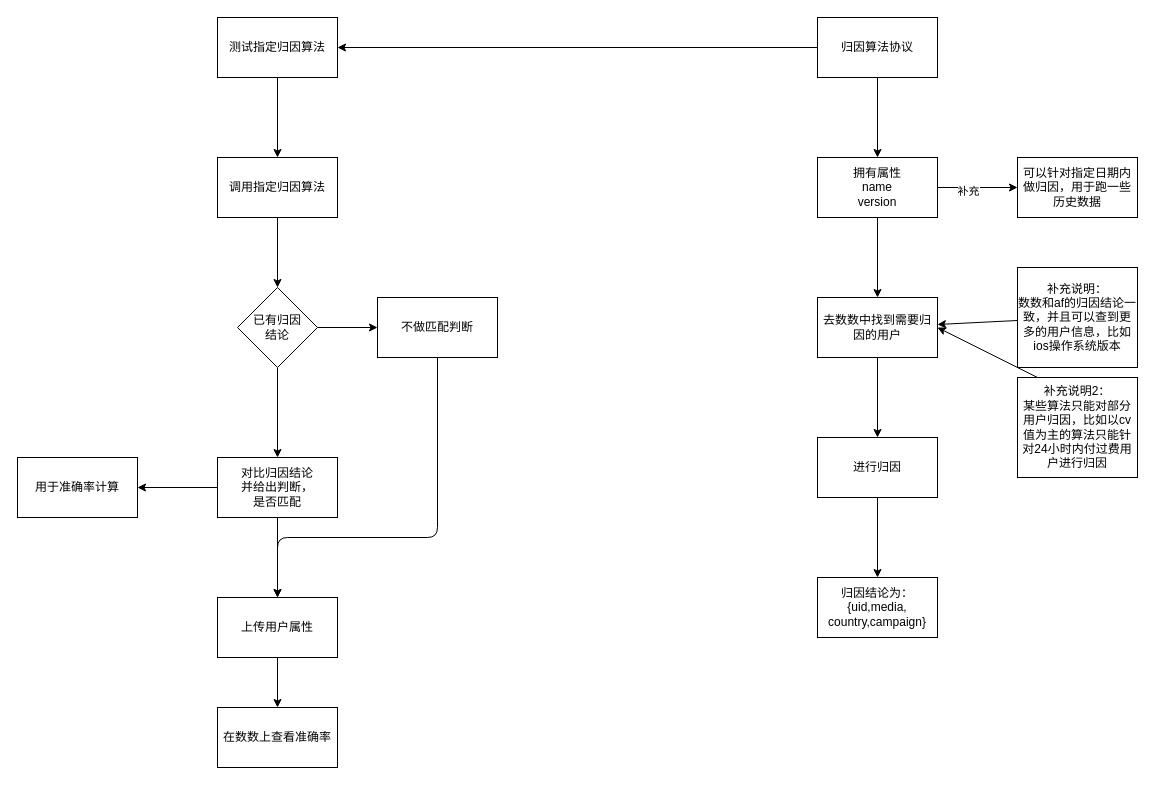
The draw.io diagram dio/test.dio in u03013112/ios_-attribution, before the edit. Source tidied: cells renumbered, new cells numbered last; positions are measured from the earlier drawing's top-left corner, leaving out a move shared by most shapes. Both pictures are drawn from the tidied source at 100%, with x=0, y=0 at pixel (17, 17).
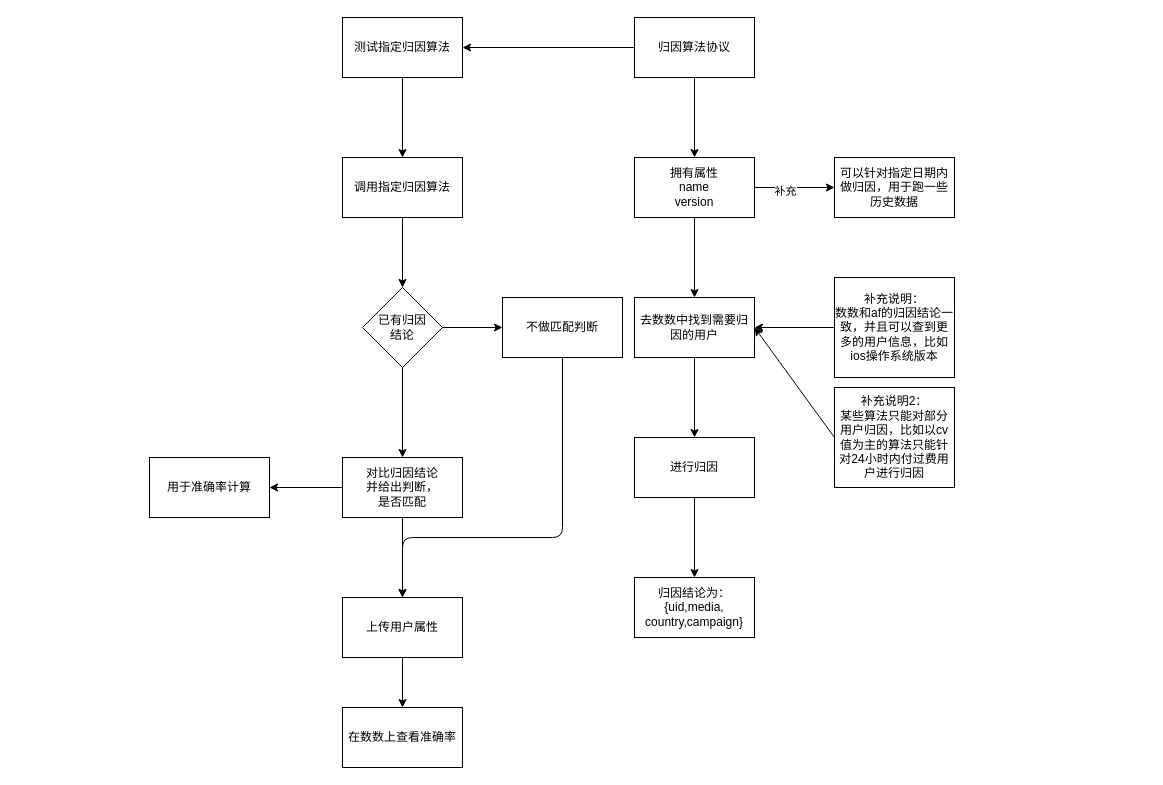
After the change.

The edit, as a diff of the source:
```diff
@@
     <mxCell id="3" value="测试指定归因算法" style="rounded=0;whiteSpace=wrap;html=1;" parent="1" vertex="1">
-      <mxGeometry x="200" width="120" height="60" as="geometry" />
+      <mxGeometry x="325" width="120" height="60" as="geometry" />
     </mxCell>
@@
     <mxCell id="6" value="归因算法协议" style="rounded=0;whiteSpace=wrap;html=1;" parent="1" vertex="1">
-      <mxGeometry x="800" width="120" height="60" as="geometry" />
+      <mxGeometry x="617" width="120" height="60" as="geometry" />
     </mxCell>
@@
     <mxCell id="10" value="拥有属性&lt;br&gt;name&lt;br&gt;version" style="whiteSpace=wrap;html=1;rounded=0;" parent="1" vertex="1">
-      <mxGeometry x="800" y="140" width="120" height="60" as="geometry" />
+      <mxGeometry x="617" y="140" width="120" height="60" as="geometry" />
     </mxCell>
@@
     <mxCell id="12" value="去数数中找到需要归因的用户" style="whiteSpace=wrap;html=1;rounded=0;" parent="1" vertex="1">
-      <mxGeometry x="800" y="280" width="120" height="60" as="geometry" />
+      <mxGeometry x="617" y="280" width="120" height="60" as="geometry" />
     </mxCell>
@@
     <mxCell id="14" value="补充说明：&lt;br&gt;数数和af的归因结论一致，并且可以查到更多的用户信息，比如ios操作系统版本" style="rounded=0;whiteSpace=wrap;html=1;" parent="1" vertex="1">
-      <mxGeometry x="1000" y="250" width="120" height="100" as="geometry" />
+      <mxGeometry x="817" y="260" width="120" height="100" as="geometry" />
     </mxCell>
-    <mxCell id="15" style="edgeStyle=none;html=1;exitX=1;exitY=0.5;exitDx=0;exitDy=0;" parent="1" edge="1" source="16">
+    <mxCell id="15" style="edgeStyle=none;html=1;exitX=0;exitY=0.5;exitDx=0;exitDy=0;" parent="1" edge="1" source="16">
       <mxGeometry relative="1" as="geometry">
-        <mxPoint x="920" y="310" as="targetPoint" />
+        <mxPoint x="737" y="310" as="targetPoint" />
       </mxGeometry>
     </mxCell>
     <mxCell id="16" value="补充说明2：&lt;br&gt;某些算法只能对部分用户归因，比如以cv值为主的算法只能针对24小时内付过费用户进行归因" style="rounded=0;whiteSpace=wrap;html=1;" parent="1" vertex="1">
-      <mxGeometry x="1000" y="360" width="120" height="100" as="geometry" />
+      <mxGeometry x="817" y="370" width="120" height="100" as="geometry" />
     </mxCell>
@@
     <mxCell id="18" value="进行归因" style="whiteSpace=wrap;html=1;rounded=0;" parent="1" vertex="1">
-      <mxGeometry x="800" y="420" width="120" height="60" as="geometry" />
+      <mxGeometry x="617" y="420" width="120" height="60" as="geometry" />
     </mxCell>
     <mxCell id="19" value="归因结论为：&lt;br&gt;{uid,media,&lt;br&gt;country,campaign}" style="whiteSpace=wrap;html=1;rounded=0;" parent="1" vertex="1">
-      <mxGeometry x="800" y="560" width="120" height="60" as="geometry" />
+      <mxGeometry x="617" y="560" width="120" height="60" as="geometry" />
     </mxCell>
@@
     <mxCell id="21" value="调用指定归因算法" style="whiteSpace=wrap;html=1;rounded=0;" parent="1" vertex="1">
-      <mxGeometry x="200" y="140" width="120" height="60" as="geometry" />
+      <mxGeometry x="325" y="140" width="120" height="60" as="geometry" />
     </mxCell>
     <mxCell id="22" value="可以针对指定日期内&lt;br&gt;做归因，用于跑一些历史数据" style="whiteSpace=wrap;html=1;rounded=0;" parent="1" vertex="1">
-      <mxGeometry x="1000" y="140" width="120" height="60" as="geometry" />
+      <mxGeometry x="817" y="140" width="120" height="60" as="geometry" />
     </mxCell>
@@
     <mxCell id="25" value="已有归因&lt;br&gt;结论" style="rhombus;whiteSpace=wrap;html=1;rounded=0;" parent="1" vertex="1">
-      <mxGeometry x="220" y="270" width="80" height="80" as="geometry" />
+      <mxGeometry x="345" y="270" width="80" height="80" as="geometry" />
     </mxCell>
@@
     <mxCell id="28" value="对比归因结论&lt;br&gt;并给出判断，&lt;br&gt;是否匹配" style="whiteSpace=wrap;html=1;rounded=0;" parent="1" vertex="1">
-      <mxGeometry x="200" y="440" width="120" height="60" as="geometry" />
+      <mxGeometry x="325" y="440" width="120" height="60" as="geometry" />
     </mxCell>
     <mxCell id="29" style="edgeStyle=orthogonalEdgeStyle;html=1;exitX=0.5;exitY=1;exitDx=0;exitDy=0;entryX=0.5;entryY=0;entryDx=0;entryDy=0;" parent="1" edge="1" source="30" target="33">
       <mxGeometry relative="1" as="geometry">
         <Array as="points">
-          <mxPoint x="420" y="520" />
-          <mxPoint x="260" y="520" />
+          <mxPoint x="545" y="520" />
+          <mxPoint x="385" y="520" />
         </Array>
       </mxGeometry>
     </mxCell>
     <mxCell id="30" value="不做匹配判断" style="whiteSpace=wrap;html=1;rounded=0;" parent="1" vertex="1">
-      <mxGeometry x="360" y="280" width="120" height="60" as="geometry" />
+      <mxGeometry x="485" y="280" width="120" height="60" as="geometry" />
     </mxCell>
     <mxCell id="31" value="用于准确率计算" style="whiteSpace=wrap;html=1;rounded=0;" parent="1" vertex="1">
-      <mxGeometry y="440" width="120" height="60" as="geometry" />
+      <mxGeometry x="132" y="440" width="120" height="60" as="geometry" />
     </mxCell>
@@
     <mxCell id="33" value="上传用户属性" style="whiteSpace=wrap;html=1;rounded=0;" parent="1" vertex="1">
-      <mxGeometry x="200" y="580" width="120" height="60" as="geometry" />
+      <mxGeometry x="325" y="580" width="120" height="60" as="geometry" />
     </mxCell>
     <mxCell id="34" value="在数数上查看准确率" style="whiteSpace=wrap;html=1;rounded=0;" parent="1" vertex="1">
-      <mxGeometry x="200" y="690" width="120" height="60" as="geometry" />
+      <mxGeometry x="325" y="690" width="120" height="60" as="geometry" />
     </mxCell>
```
